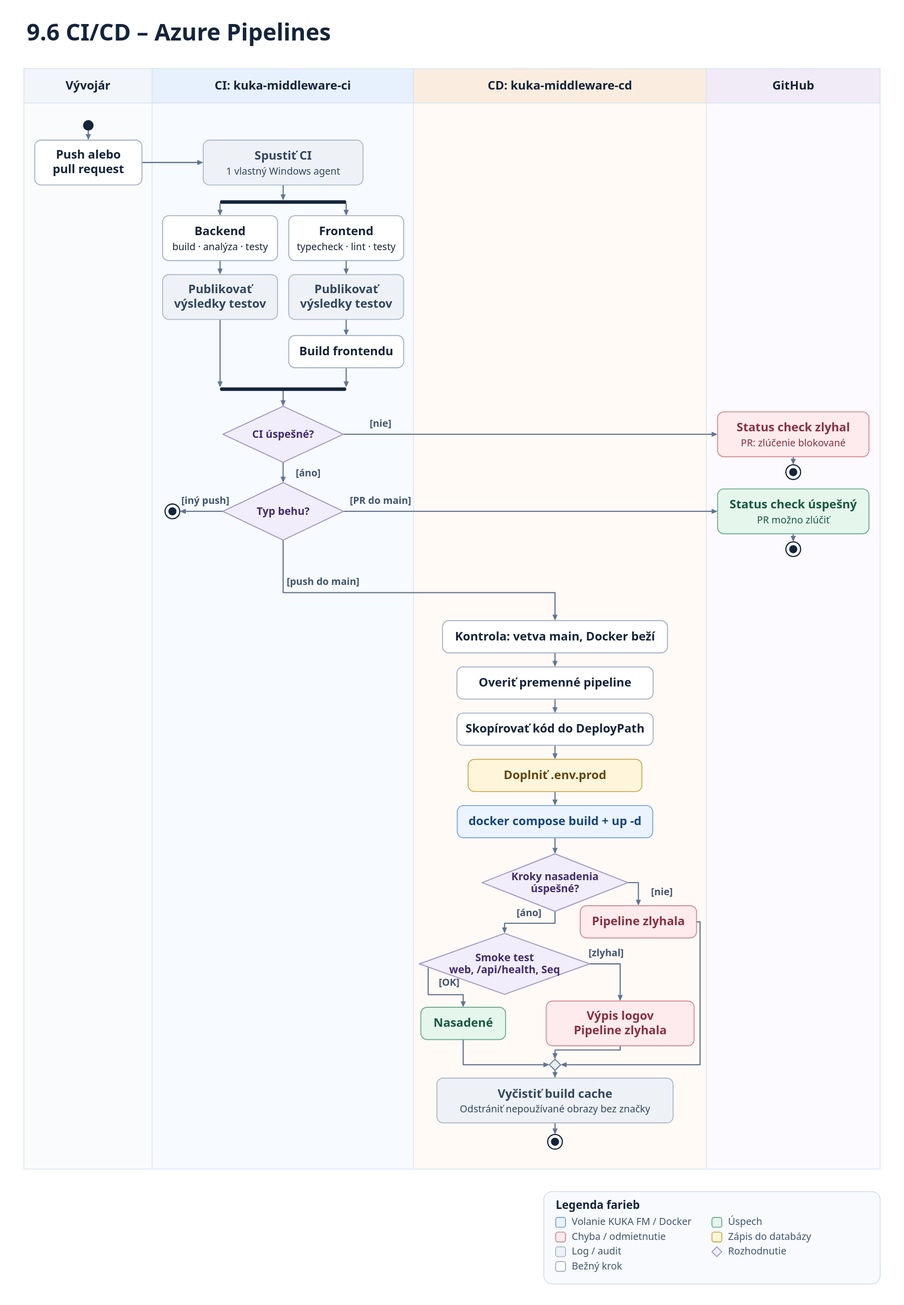
McLehotsky/kuka-middleware keeps this PlantUML diagram as documentation/diagrams/9.6-ci-cd.svg. Above is the earlier version. Its source is kept beside it as documentation/diagrams/9.6-ci-cd.puml.
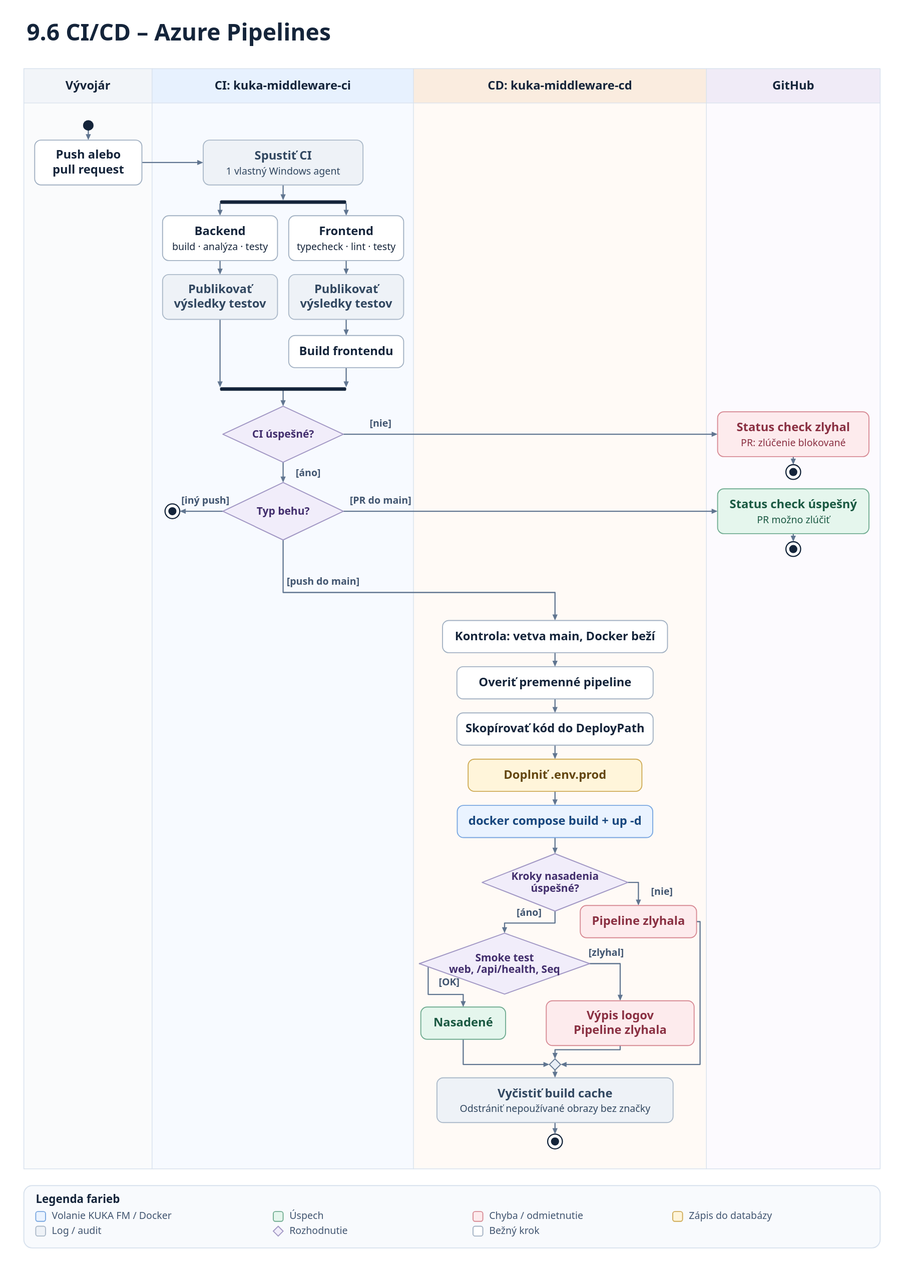
Above is the later version.

The edit, as a diff of the source:
```diff
@@ -44,16 +44,17 @@
 else (áno)
 endif
 |CI: kuka-middleware-ci|
-switch (Typ behu?)
-case (PR do main)
+if (PR do main?) then (áno)
   |GitHub|
   :Status check úspešný\nPR možno zlúčiť; <<#E5F6ED>>
   stop
-case (iný push)
-  |CI: kuka-middleware-ci|
+else (nie)
+endif
+|CI: kuka-middleware-ci|
+if (Push do main?) then (nie)
   stop
-case (push do main)
-endswitch
+else (áno)
+endif
 |CD: kuka-middleware-cd|
 :Kontrola: vetva main, Docker beží;
 :Overiť premenné pipeline;
@@ -71,14 +72,9 @@
 endif
 :Vyčistiť build cache\nOdstrániť nepoužívané obrazy bez značky; <<#EEF2F7>>
 stop
-legend bottom right
+legend bottom center
   <b>Legenda farieb</b>
-  |<#EAF3FF>    | Volanie KUKA FM / Docker |
-  |<#E5F6ED>    | Úspech |
-  |<#FDEBED>    | Chyba / odmietnutie |
-  |<#FFF5DA>    | Zápis do databázy |
-  |<#EEF2F7>    | Log / audit |
-  |<color:#8064A9>◆</color>| Rozhodnutie |
-  |<#FFFFFF>    | Bežný krok |
+  | <#EAF3FF>    | Volanie KUKA FM / Docker | <#E5F6ED>    | Úspech | <#FDEBED>    | Chyba / odmietnutie | <#FFF5DA>    | Zápis do databázy |
+  | <#EEF2F7>    | Log / audit | <color:#8064A9>◆</color>| Rozhodnutie | <#FFFFFF>    | Bežný krok |   |   |
 endlegend
 @enduml
```
